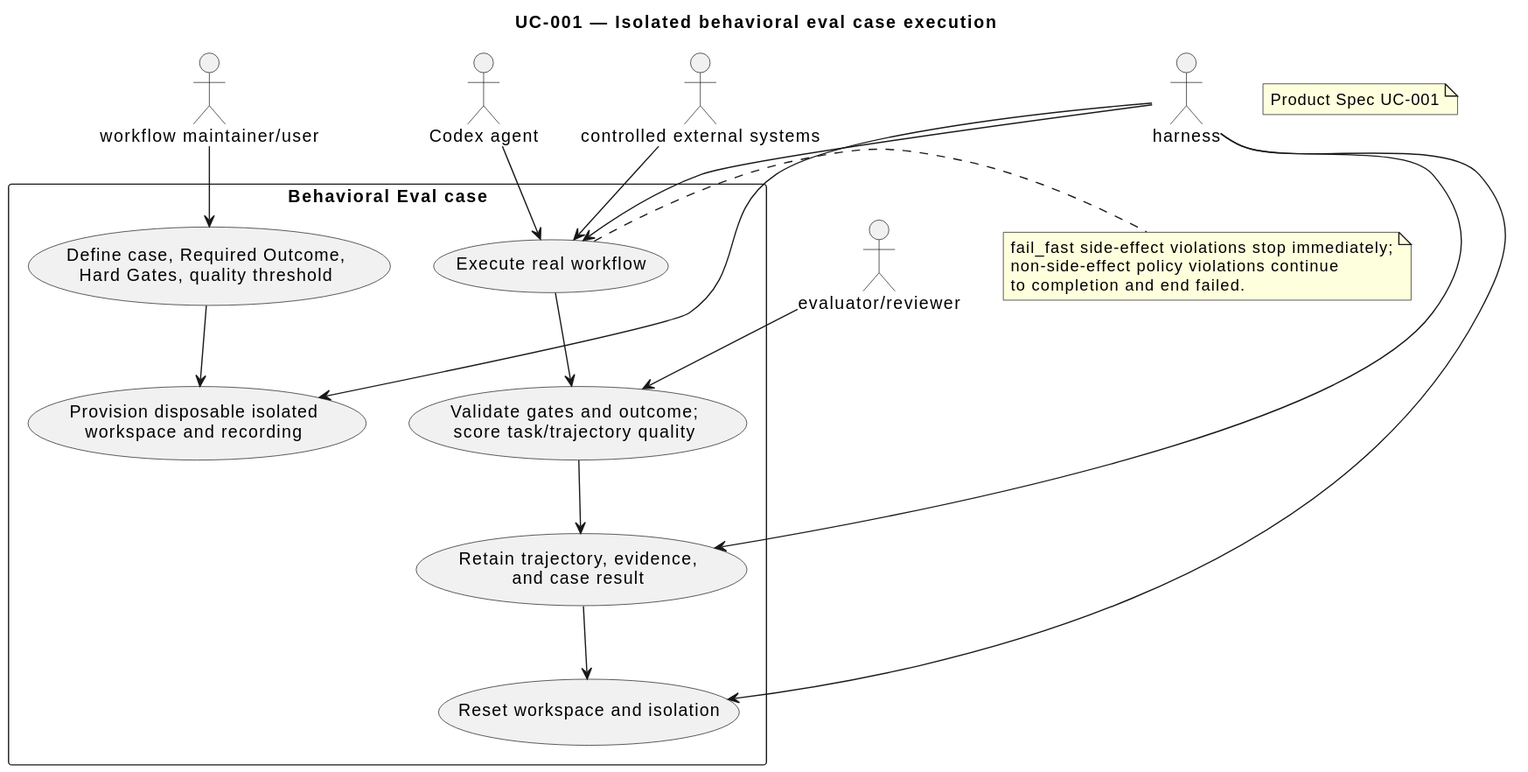
omegafrog/harness-codex keeps this PlantUML diagram as docs/specs/496/diagrams/product/UC-001.usecase.svg. Above is the earlier version.
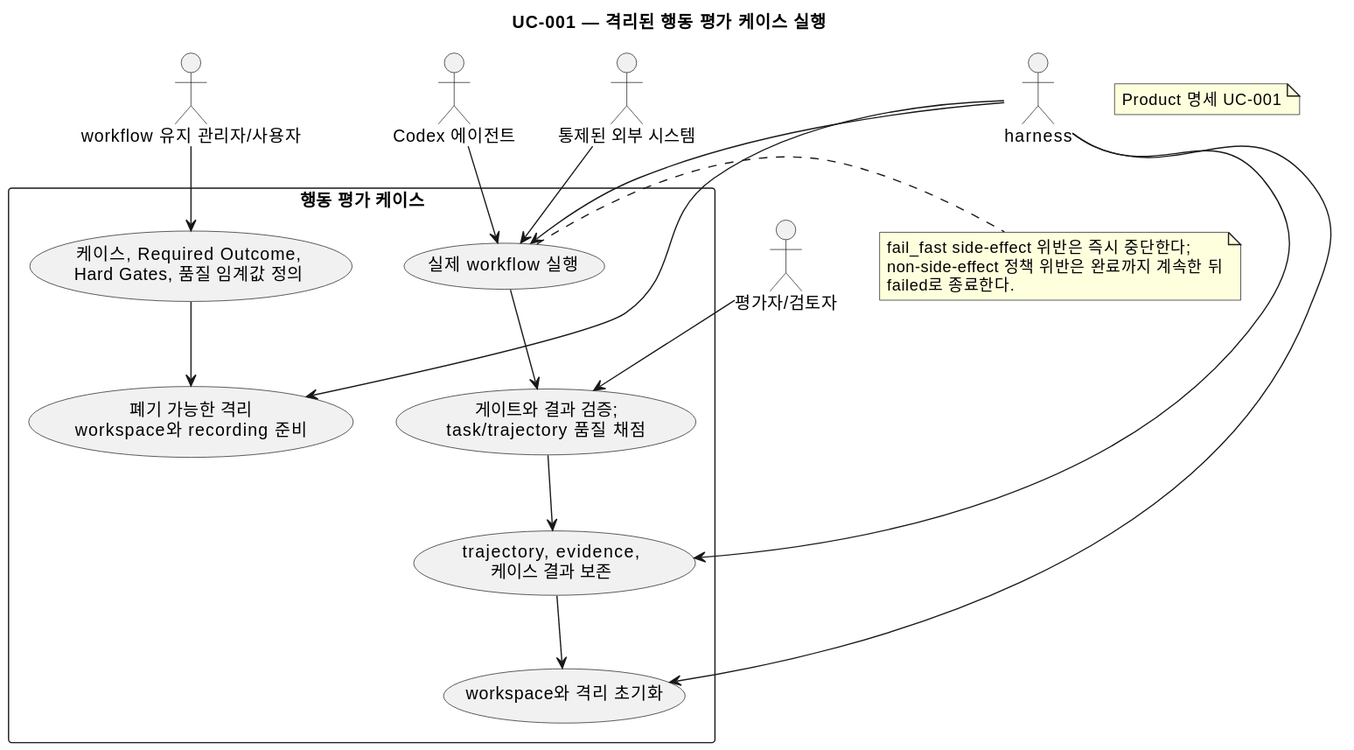
Later version of the same file.

The edit, as a diff of the source:
```diff
@@ -1,20 +1,20 @@
 @startuml
-title UC-001 — Isolated behavioral eval case execution
+title UC-001 — 격리된 행동 평가 케이스 실행
 note as N
-Product Spec UC-001
+Product 명세 UC-001
 end note
-actor "workflow maintainer/user" as Maintainer
-actor "Codex agent" as Codex
+actor "workflow 유지 관리자/사용자" as Maintainer
+actor "Codex 에이전트" as Codex
 actor harness as Harness
-actor "evaluator/reviewer" as Evaluator
-actor "controlled external systems" as External
-rectangle "Behavioral Eval case" {
-  usecase "Define case, Required Outcome,\nHard Gates, quality threshold" as Define
-  usecase "Provision disposable isolated\nworkspace and recording" as Provision
-  usecase "Execute real workflow" as Execute
-  usecase "Validate gates and outcome;\nscore task/trajectory quality" as Evaluate
-  usecase "Retain trajectory, evidence,\nand case result" as Retain
-  usecase "Reset workspace and isolation" as Reset
+actor "평가자/검토자" as Evaluator
+actor "통제된 외부 시스템" as External
+rectangle "행동 평가 케이스" {
+  usecase "케이스, Required Outcome,\nHard Gates, 품질 임계값 정의" as Define
+  usecase "폐기 가능한 격리\nworkspace와 recording 준비" as Provision
+  usecase "실제 workflow 실행" as Execute
+  usecase "게이트와 결과 검증;\ntask/trajectory 품질 채점" as Evaluate
+  usecase "trajectory, evidence,\n케이스 결과 보존" as Retain
+  usecase "workspace와 격리 초기화" as Reset
 }
 Maintainer --> Define
 Define --> Provision
@@ -29,8 +29,8 @@
 Retain --> Reset
 Harness --> Reset
 note right of Execute
-fail_fast side-effect violations stop immediately;
-non-side-effect policy violations continue
-to completion and end failed.
+fail_fast side-effect 위반은 즉시 중단한다;
+non-side-effect 정책 위반은 완료까지 계속한 뒤
+failed로 종료한다.
 end note
 @enduml
```
